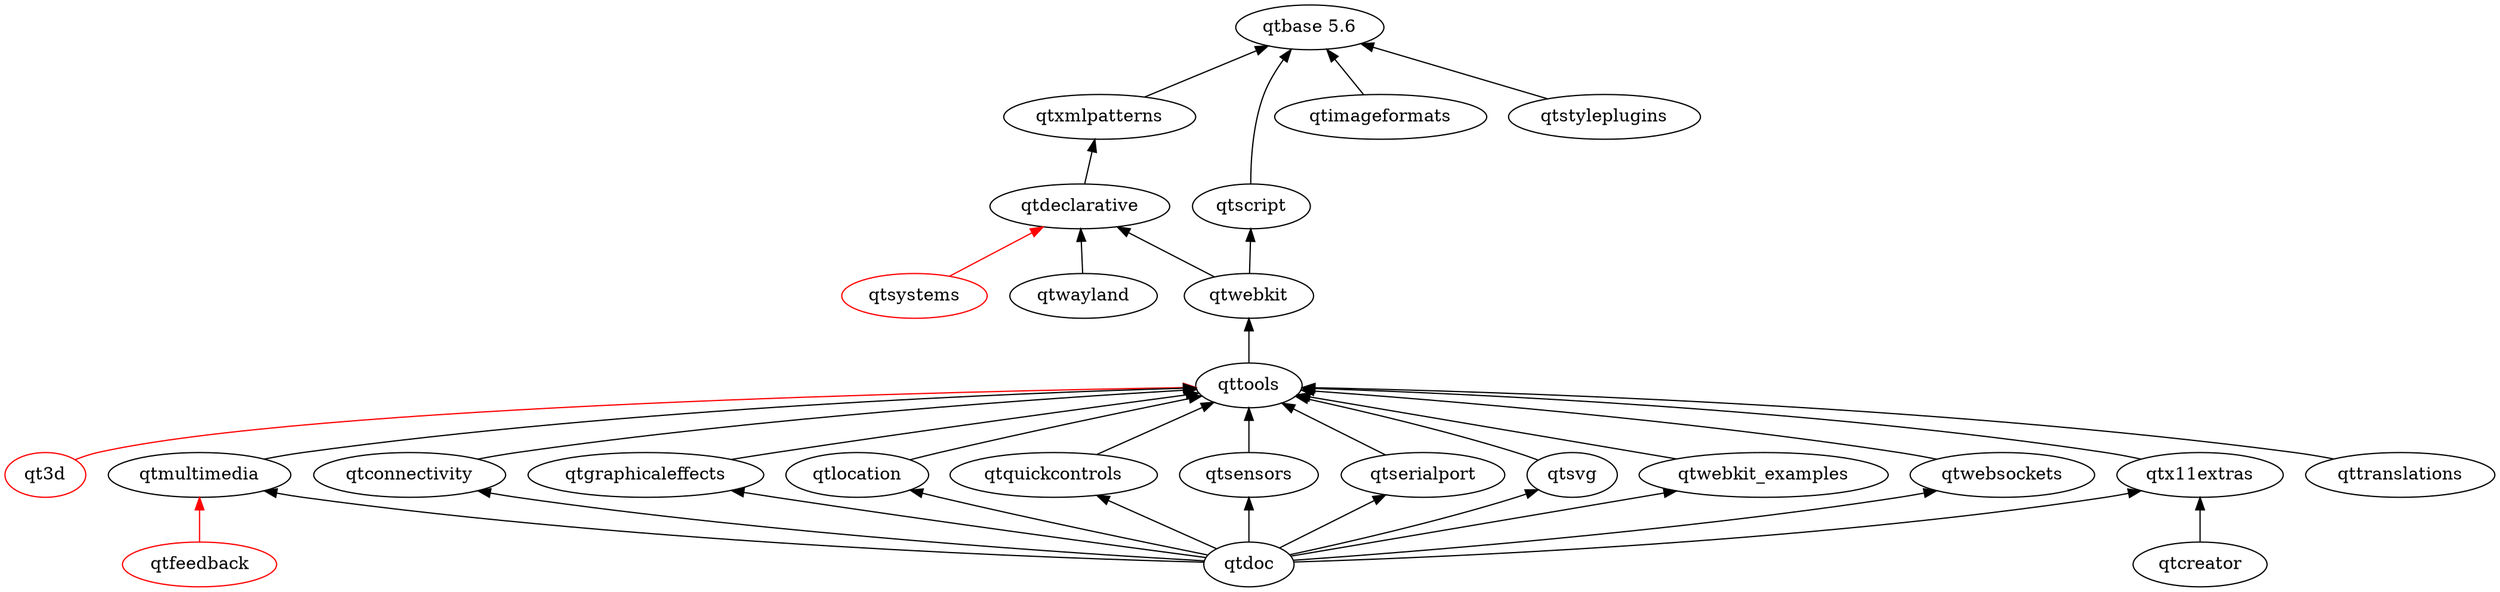
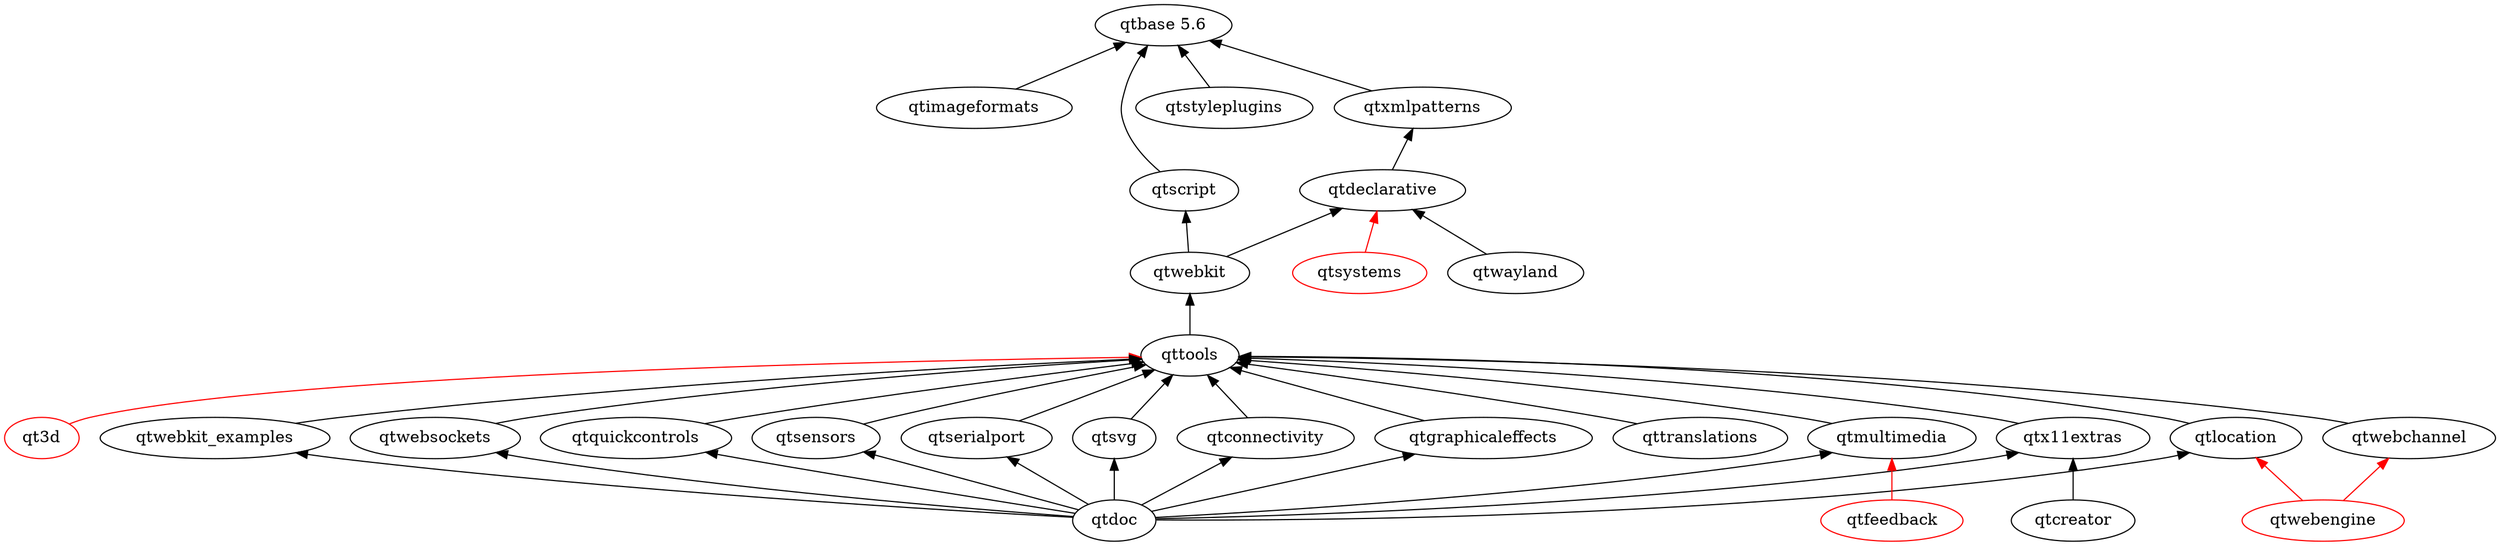
digraph qt5 {
  graph [
    rankdir = "BT"
  ]

  qt3d [ color = red ]
  "qtbase 5.6"
  qtconnectivity
  qtcreator
  qtdeclarative
  qtdoc
  qtfeedback [ color = red ]
  qtgraphicaleffects
  qtimageformats
  qtlocation
  qtmultimedia
  qtquickcontrols
  qtscript
  qtsensors
  qtserialport
  qtstyleplugins
  qtsvg
  qtsystems [ color = red ]
  qttools
  qttranslations
  qtwayland
  qtwebkit
  qtwebkit_examples
  qtwebsockets
  qtx11extras
  qtxmlpatterns
+   qtwebchannel
+   qtwebengine [ color = red ]

  qtconnectivity -> qttools
  qtcreator -> qtx11extras
  qtdeclarative -> qtxmlpatterns
  qtdoc -> qtgraphicaleffects
  qtdoc -> qtmultimedia
  qtdoc -> qtlocation
  qtdoc -> qtquickcontrols
  qtdoc -> qtsensors
  qtdoc -> qtserialport
  qtdoc -> qtsvg
  qtdoc -> qtx11extras
  qtdoc -> qtwebkit_examples
  qtdoc -> qtwebsockets
  qtdoc -> qtconnectivity
  qtgraphicaleffects -> qttools
  qtimageformats -> "qtbase 5.6"
  qtmultimedia -> qttools
  qtquickcontrols -> qttools
  qtsensors -> qttools
  qtserialport -> qttools
  qtscript -> "qtbase 5.6"
  qtstyleplugins -> "qtbase 5.6"
  qtsvg -> qttools
  qttools -> qtwebkit
  qttranslations -> qttools
  qtwayland -> qtdeclarative
  qtwebkit -> qtscript
  qtwebkit -> qtdeclarative
  qtwebkit_examples -> qttools
  qtwebsockets -> qttools
  qtx11extras -> qttools
  qtxmlpatterns -> "qtbase 5.6"
  qtlocation -> qttools
+   qtwebchannel -> qttools

  // unsure/not-uploaded
  qt3d -> qttools [ color = red ]
  qtfeedback -> qtmultimedia [ color = red ]
  qtsystems -> qtdeclarative [ color = red ]
+   qtwebengine -> qtwebchannel [ color = red ]
+   qtwebengine -> qtlocation [color = red]
}
